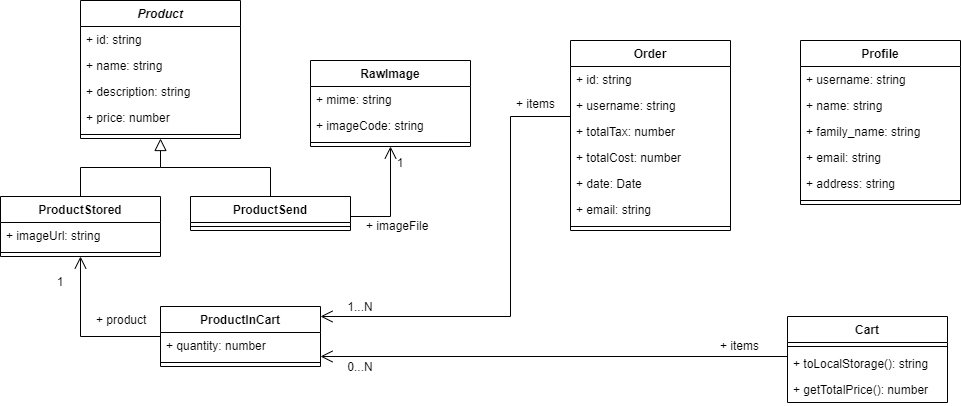
Before: DocumentazioneEsterna/DeveloperManual/res/Architettura/Frontend/img/class_frontend_types.png, a diagram exported from draw.io (Omicron-Team/Documentazione). Source tidied: cells renumbered, new cells last; positions are measured from the earlier drawing's top-left corner, leaving out a move shared by most shapes.
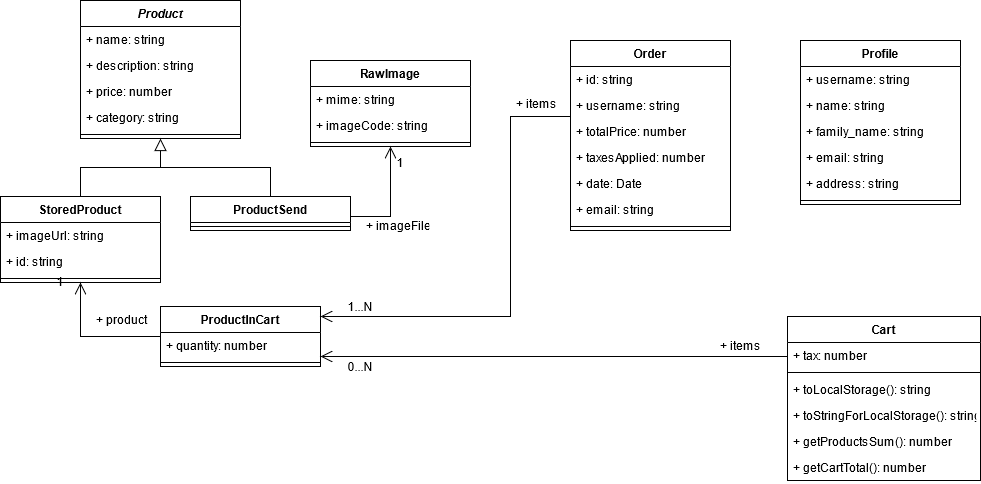
Later version of the same file.

Commit message:
fix minori, fix grafici components, types, services e aggiunta alla tabella delle modifiche

Diff of the diagram source:
```diff
@@ -13,18 +13,18 @@
     <mxCell id="3" value="Product" style="swimlane;fontStyle=3;align=center;verticalAlign=top;horizontal=1;startSize=26;rounded=0;shadow=0;strokeWidth=1;" parent="1" vertex="1">
       <mxGeometry x="80" width="160" height="138" as="geometry" />
     </mxCell>
-    <mxCell id="4" value="+ id: string" style="text;align=left;verticalAlign=top;spacingLeft=4;spacingRight=4;overflow=hidden;" parent="3" vertex="1">
-      <mxGeometry y="26" width="160" height="26" as="geometry" />
-    </mxCell>
     <mxCell id="5" value="+ name: string" style="text;align=left;verticalAlign=top;spacingLeft=4;spacingRight=4;overflow=hidden;rounded=0;shadow=0;html=0;" parent="3" vertex="1">
-      <mxGeometry y="52" width="160" height="26" as="geometry" />
+      <mxGeometry y="26" width="160" height="26" as="geometry" />
     </mxCell>
     <mxCell id="6" value="+ description: string&#10;" style="text;align=left;verticalAlign=top;spacingLeft=4;spacingRight=4;overflow=hidden;rounded=0;shadow=0;html=0;" parent="3" vertex="1">
-      <mxGeometry y="78" width="160" height="26" as="geometry" />
+      <mxGeometry y="52" width="160" height="26" as="geometry" />
     </mxCell>
     <mxCell id="7" value="+ price: number" style="text;strokeColor=none;fillColor=none;align=left;verticalAlign=top;spacingLeft=4;spacingRight=4;overflow=hidden;" parent="3" vertex="1">
-      <mxGeometry y="104" width="160" height="26" as="geometry" />
+      <mxGeometry y="78" width="160" height="26" as="geometry" />
     </mxCell>
+    <mxCell id="53" value="+ category: string" style="text;strokeColor=none;fillColor=none;align=left;verticalAlign=top;spacingLeft=4;spacingRight=4;overflow=hidden;" parent="3" vertex="1">
+      <mxGeometry y="104" width="160" height="26" as="geometry" />
+    </mxCell>
     <mxCell id="8" style="line;strokeWidth=1;fillColor=none;align=left;verticalAlign=middle;spacingTop=-1;spacingLeft=3;spacingRight=3;labelPosition=right;" parent="3" vertex="1">
       <mxGeometry y="130" width="160" height="8" as="geometry" />
     </mxCell>
@@ -44,14 +44,17 @@
     <mxCell id="12" style="line;strokeWidth=1;fillColor=none;align=left;verticalAlign=middle;spacingTop=-1;spacingLeft=3;spacingRight=3;labelPosition=right;" parent="10" vertex="1">
       <mxGeometry y="52" width="160" height="8" as="geometry" />
     </mxCell>
-    <mxCell id="13" value="ProductStored" style="swimlane;fontStyle=1;align=center;verticalAlign=top;horizontal=1;startSize=26;" parent="1" vertex="1">
-      <mxGeometry y="196" width="160" height="60" as="geometry" />
+    <mxCell id="13" value="StoredProduct" style="swimlane;fontStyle=1;align=center;verticalAlign=top;horizontal=1;startSize=26;" parent="1" vertex="1">
+      <mxGeometry y="196" width="160" height="86" as="geometry" />
     </mxCell>
     <mxCell id="14" value="+ imageUrl: string" style="text;strokeColor=none;fillColor=none;align=left;verticalAlign=top;spacingLeft=4;spacingRight=4;overflow=hidden;" parent="13" vertex="1">
       <mxGeometry y="26" width="160" height="26" as="geometry" />
     </mxCell>
+    <mxCell id="4" value="+ id: string" style="text;strokeColor=none;fillColor=none;align=left;verticalAlign=top;spacingLeft=4;spacingRight=4;overflow=hidden;" parent="13" vertex="1">
+      <mxGeometry y="52" width="160" height="26" as="geometry" />
+    </mxCell>
     <mxCell id="15" style="line;strokeWidth=1;fillColor=none;align=left;verticalAlign=middle;spacingTop=-1;spacingLeft=3;spacingRight=3;labelPosition=right;" parent="13" vertex="1">
-      <mxGeometry y="52" width="160" height="8" as="geometry" />
+      <mxGeometry y="78" width="160" height="8" as="geometry" />
     </mxCell>
     <mxCell id="16" value="ProductSend" style="swimlane;fontStyle=1;align=center;verticalAlign=top;horizontal=1;startSize=26;" parent="1" vertex="1">
       <mxGeometry x="190" y="196" width="160" height="34" as="geometry" />
@@ -108,10 +111,10 @@
     <mxCell id="32" value="+ username: string" style="text;strokeColor=none;fillColor=none;align=left;verticalAlign=top;spacingLeft=4;spacingRight=4;overflow=hidden;" parent="30" vertex="1">
       <mxGeometry y="52" width="160" height="26" as="geometry" />
     </mxCell>
-    <mxCell id="33" value="+ totalTax: number" style="text;strokeColor=none;fillColor=none;align=left;verticalAlign=top;spacingLeft=4;spacingRight=4;overflow=hidden;" parent="30" vertex="1">
+    <mxCell id="33" value="+ totalPrice: number" style="text;strokeColor=none;fillColor=none;align=left;verticalAlign=top;spacingLeft=4;spacingRight=4;overflow=hidden;" parent="30" vertex="1">
       <mxGeometry y="78" width="160" height="26" as="geometry" />
     </mxCell>
-    <mxCell id="34" value="+ totalCost: number" style="text;strokeColor=none;fillColor=none;align=left;verticalAlign=top;spacingLeft=4;spacingRight=4;overflow=hidden;" parent="30" vertex="1">
+    <mxCell id="34" value="+ taxesApplied: number" style="text;strokeColor=none;fillColor=none;align=left;verticalAlign=top;spacingLeft=4;spacingRight=4;overflow=hidden;" parent="30" vertex="1">
       <mxGeometry y="104" width="160" height="26" as="geometry" />
     </mxCell>
     <mxCell id="35" value="+ date: Date" style="text;strokeColor=none;fillColor=none;align=left;verticalAlign=top;spacingLeft=4;spacingRight=4;overflow=hidden;" parent="30" vertex="1">
@@ -148,16 +151,25 @@
       </mxGeometry>
     </mxCell>
     <mxCell id="43" value="Cart" style="swimlane;fontStyle=1;align=center;verticalAlign=top;horizontal=1;startSize=26;" parent="1" vertex="1">
-      <mxGeometry x="787" y="316" width="160" height="86" as="geometry" />
+      <mxGeometry x="787" y="316" width="193" height="164" as="geometry" />
     </mxCell>
+    <mxCell id="54" value="+ tax: number" style="text;strokeColor=none;fillColor=none;align=left;verticalAlign=top;spacingLeft=4;spacingRight=4;overflow=hidden;" parent="43" vertex="1">
+      <mxGeometry y="26" width="193" height="26" as="geometry" />
+    </mxCell>
     <mxCell id="44" style="line;strokeWidth=1;fillColor=none;align=left;verticalAlign=middle;spacingTop=-1;spacingLeft=3;spacingRight=3;labelPosition=right;" parent="43" vertex="1">
-      <mxGeometry y="26" width="160" height="8" as="geometry" />
+      <mxGeometry y="52" width="193" height="8" as="geometry" />
     </mxCell>
     <mxCell id="45" value="+ toLocalStorage(): string" style="text;strokeColor=none;fillColor=none;align=left;verticalAlign=top;spacingLeft=4;spacingRight=4;overflow=hidden;points=[[0,0.5],[1,0.5]];portConstraint=eastwest;" parent="43" vertex="1">
-      <mxGeometry y="34" width="160" height="26" as="geometry" />
+      <mxGeometry y="60" width="193" height="26" as="geometry" />
     </mxCell>
+    <mxCell id="55" value="+ toStringForLocalStorage(): string" style="text;strokeColor=none;fillColor=none;align=left;verticalAlign=top;spacingLeft=4;spacingRight=4;overflow=hidden;" parent="43" vertex="1">
+      <mxGeometry y="86" width="193" height="26" as="geometry" />
+    </mxCell>
+    <mxCell id="56" value="+ getProductsSum(): number" style="text;strokeColor=none;fillColor=none;align=left;verticalAlign=top;spacingLeft=4;spacingRight=4;overflow=hidden;" parent="43" vertex="1">
+      <mxGeometry y="112" width="193" height="26" as="geometry" />
+    </mxCell>
-    <mxCell id="46" value="+ getTotalPrice(): number" style="text;strokeColor=none;fillColor=none;align=left;verticalAlign=top;spacingLeft=4;spacingRight=4;overflow=hidden;" parent="43" vertex="1">
-      <mxGeometry y="60" width="160" height="26" as="geometry" />
+    <mxCell id="46" value="+ getCartTotal(): number" style="text;strokeColor=none;fillColor=none;align=left;verticalAlign=top;spacingLeft=4;spacingRight=4;overflow=hidden;" parent="43" vertex="1">
+      <mxGeometry y="138" width="193" height="26" as="geometry" />
     </mxCell>
     <mxCell id="47" value="0...N" style="text;html=1;strokeColor=none;fillColor=none;align=center;verticalAlign=middle;whiteSpace=wrap;rounded=0;" parent="1" vertex="1">
       <mxGeometry x="340" y="356" width="40" height="20" as="geometry" />
```
